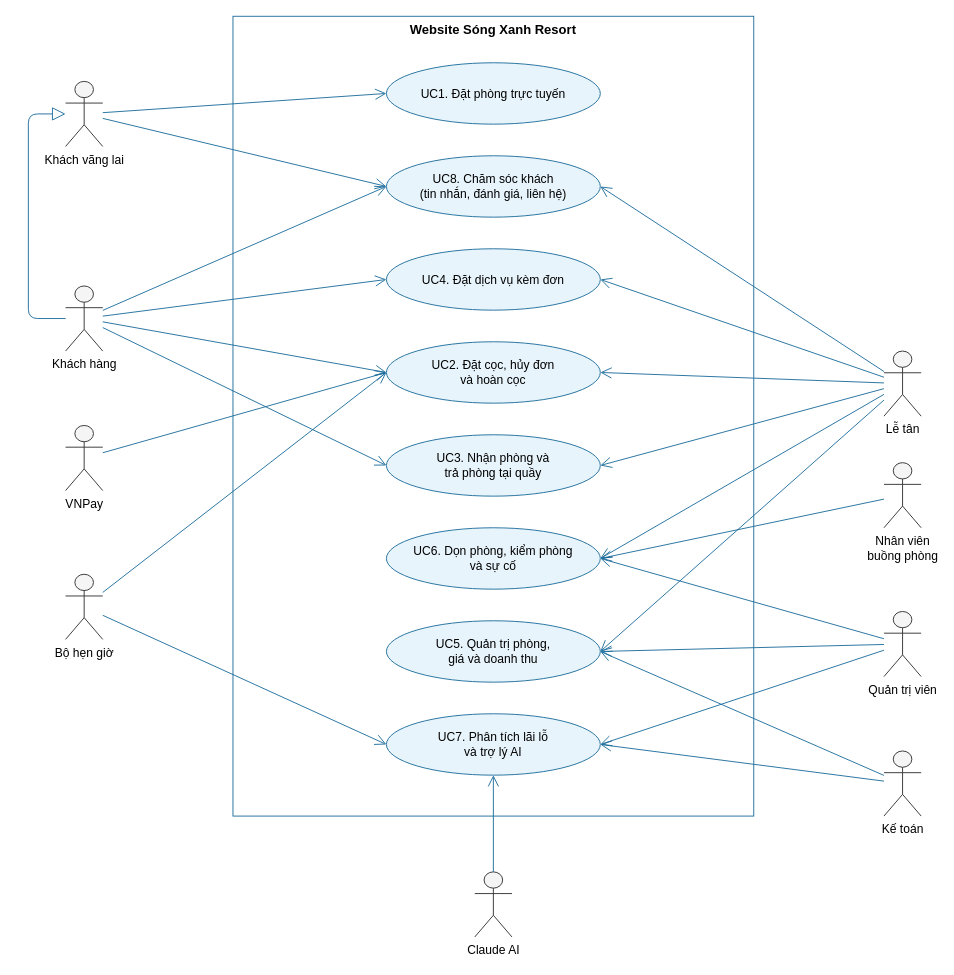
Earlier version of the draw.io diagram docs/use-case/uc0-tong-quat.drawio (ngynquchn2511/beach-hotel). Source tidied: cells renumbered, new cells numbered last; positions are measured from the earlier drawing's top-left corner, leaving out a move shared by most shapes. Both pictures are drawn from the tidied source at 93%, with x=0, y=0 at pixel (28, 16).
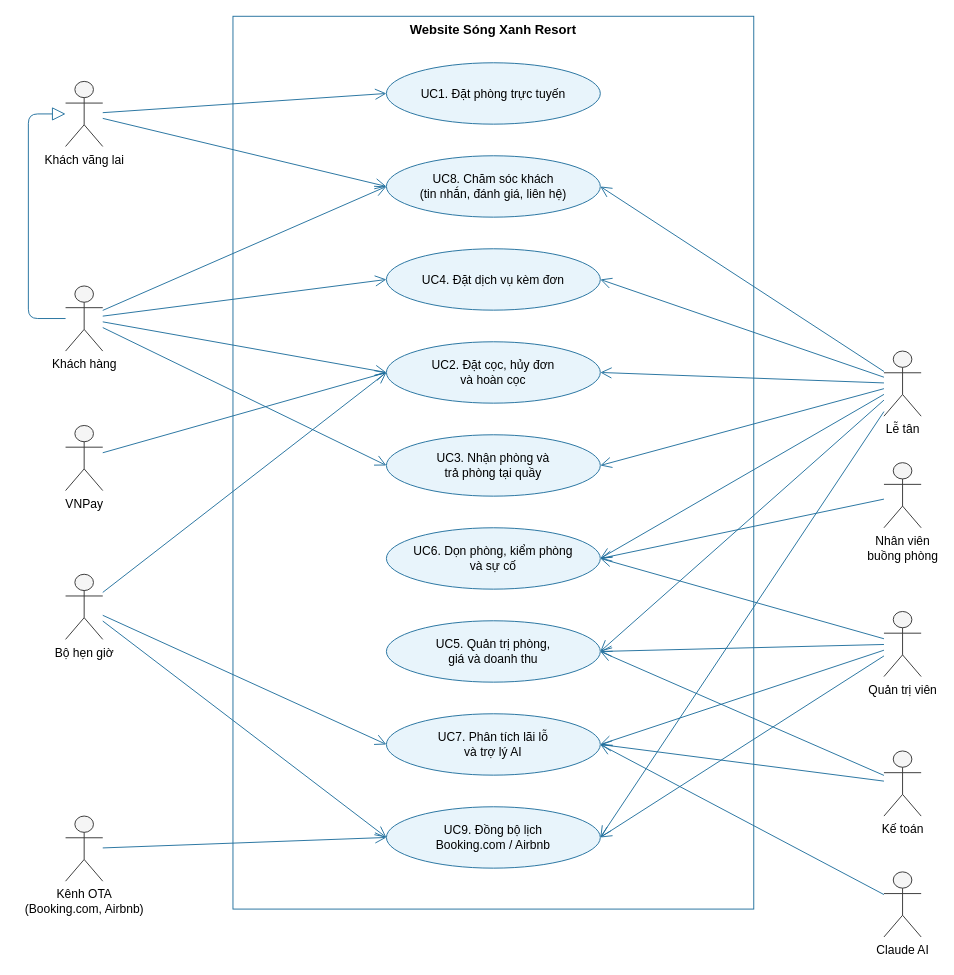
The same page after the edit.

The change refers to these unchanged cells:
```xml
<mxCell id="10" value="UC7. Phân tích lãi lỗ&lt;br&gt;và trợ lý AI" style="ellipse;whiteSpace=wrap;html=1;fillColor=#E8F4FB;strokeColor=#1F6E9C;fontSize=13;" parent="1" vertex="1">
  <mxGeometry x="385" y="750" width="230" height="66" as="geometry" />
</mxCell>
<mxCell id="14" value="Bộ hẹn giờ" style="shape=umlActor;verticalLabelPosition=bottom;verticalAlign=top;html=1;outlineConnect=0;fillColor=#F5F5F5;strokeColor=#333333;fontSize=13;" parent="1" vertex="1">
  <mxGeometry x="40" y="600" width="40" height="70" as="geometry" />
</mxCell>
<mxCell id="15" value="Lễ tân" style="shape=umlActor;verticalLabelPosition=bottom;verticalAlign=top;html=1;outlineConnect=0;fillColor=#F5F5F5;strokeColor=#333333;fontSize=13;" parent="1" vertex="1">
  <mxGeometry x="920" y="360" width="40" height="70" as="geometry" />
</mxCell>
<mxCell id="17" value="Quản trị viên" style="shape=umlActor;verticalLabelPosition=bottom;verticalAlign=top;html=1;outlineConnect=0;fillColor=#F5F5F5;strokeColor=#333333;fontSize=13;" parent="1" vertex="1">
  <mxGeometry x="920" y="640" width="40" height="70" as="geometry" />
</mxCell>
```

Diff of the diagram source:
```diff
@@
     <mxCell id="2" value="Website Sóng Xanh Resort" style="rounded=0;whiteSpace=wrap;html=1;verticalAlign=top;fontStyle=1;fontSize=14;fillColor=none;strokeColor=#1F6E9C;" parent="1" vertex="1">
-      <mxGeometry x="220" width="560" height="860" as="geometry" />
+      <mxGeometry x="220" width="560" height="960" as="geometry" />
     </mxCell>
@@
+    <mxCell id="43" value="UC9. Đồng bộ lịch&lt;br&gt;Booking.com / Airbnb" style="ellipse;whiteSpace=wrap;html=1;fillColor=#E8F4FB;strokeColor=#1F6E9C;fontSize=13;" parent="1" vertex="1">
+      <mxGeometry x="385" y="850" width="230" height="66" as="geometry" />
+    </mxCell>
@@
     <mxCell id="19" value="Claude AI" style="shape=umlActor;verticalLabelPosition=bottom;verticalAlign=top;html=1;outlineConnect=0;fillColor=#F5F5F5;strokeColor=#333333;fontSize=13;" parent="1" vertex="1">
-      <mxGeometry x="480" y="920" width="40" height="70" as="geometry" />
+      <mxGeometry x="920" y="920" width="40" height="70" as="geometry" />
     </mxCell>
+    <mxCell id="44" value="Kênh OTA&lt;br&gt;(Booking.com, Airbnb)" style="shape=umlActor;verticalLabelPosition=bottom;verticalAlign=top;html=1;outlineConnect=0;fillColor=#F5F5F5;strokeColor=#333333;fontSize=13;" parent="1" vertex="1">
+      <mxGeometry x="40" y="860" width="40" height="70" as="geometry" />
+    </mxCell>
@@
-    <mxCell id="42" style="endArrow=open;endSize=10;html=1;strokeColor=#1F6E9C;" parent="1" edge="1" source="19" target="10">
+    <mxCell id="42" style="endArrow=open;endSize=10;html=1;strokeColor=#1F6E9C;entryX=1;entryY=0.5;entryDx=0;entryDy=0;" parent="1" edge="1" source="19" target="10">
       <mxGeometry relative="1" as="geometry" />
     </mxCell>
+    <mxCell id="45" style="endArrow=open;endSize=10;html=1;strokeColor=#1F6E9C;entryX=0;entryY=0.5;entryDx=0;entryDy=0;" parent="1" edge="1" source="44" target="43">
+      <mxGeometry relative="1" as="geometry" />
+    </mxCell>
+    <mxCell id="46" style="endArrow=open;endSize=10;html=1;strokeColor=#1F6E9C;entryX=0;entryY=0.5;entryDx=0;entryDy=0;" parent="1" edge="1" source="14" target="43">
+      <mxGeometry relative="1" as="geometry" />
+    </mxCell>
+    <mxCell id="47" style="endArrow=open;endSize=10;html=1;strokeColor=#1F6E9C;entryX=1;entryY=0.5;entryDx=0;entryDy=0;" parent="1" edge="1" source="15" target="43">
+      <mxGeometry relative="1" as="geometry" />
+    </mxCell>
+    <mxCell id="48" style="endArrow=open;endSize=10;html=1;strokeColor=#1F6E9C;entryX=1;entryY=0.5;entryDx=0;entryDy=0;" parent="1" edge="1" source="17" target="43">
+      <mxGeometry relative="1" as="geometry" />
+    </mxCell>
```
